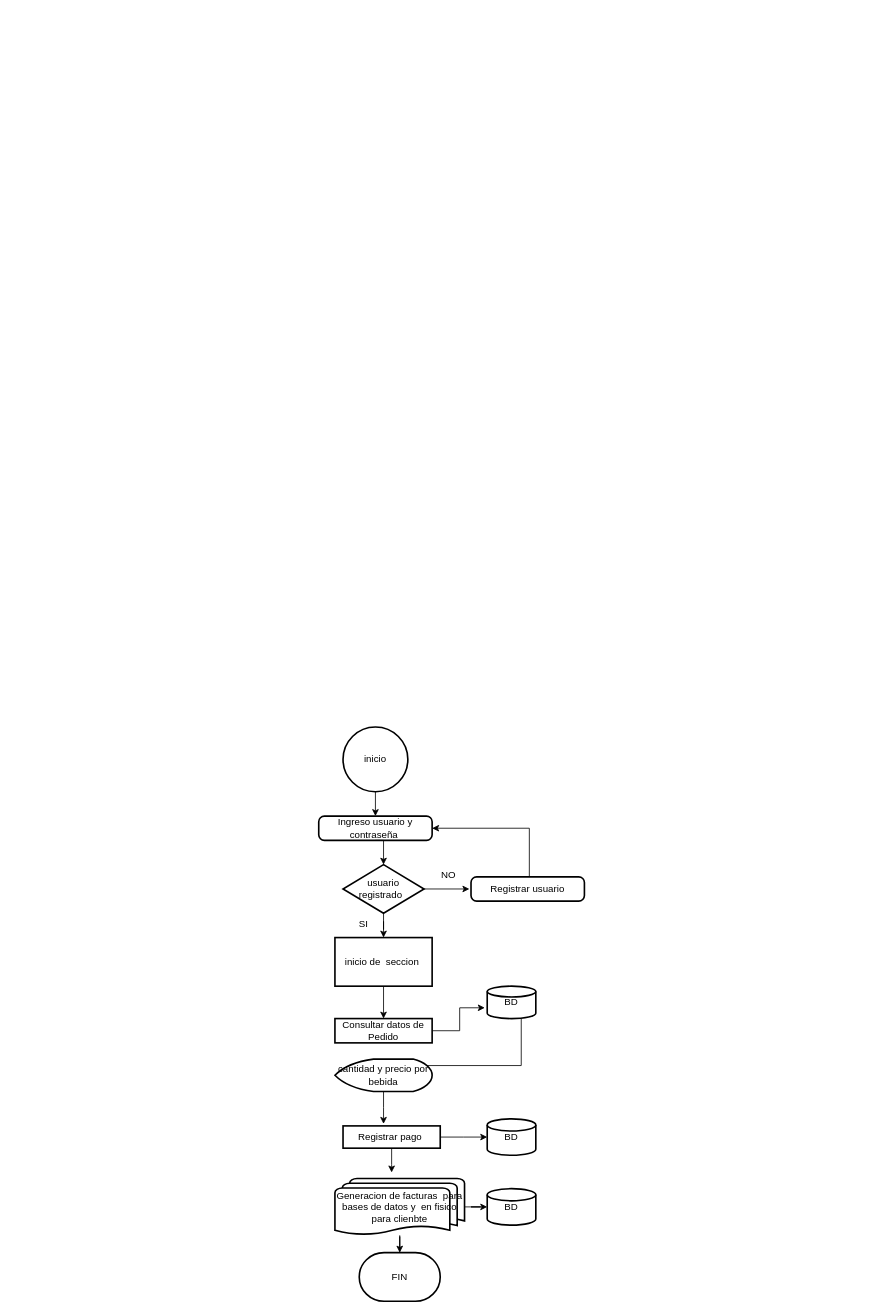
Earlier version of the draw.io diagram page "CAJERO" (3 of 4) of DiagramaActividad.drawio (BROC95/JJB_sw). Source tidied: cells renumbered, new cells numbered last; positions are measured from the earlier drawing's top-left corner, leaving out a move shared by most shapes. Both pictures are drawn from the tidied source at 81%, with x=0, y=0 at pixel (318, 727).
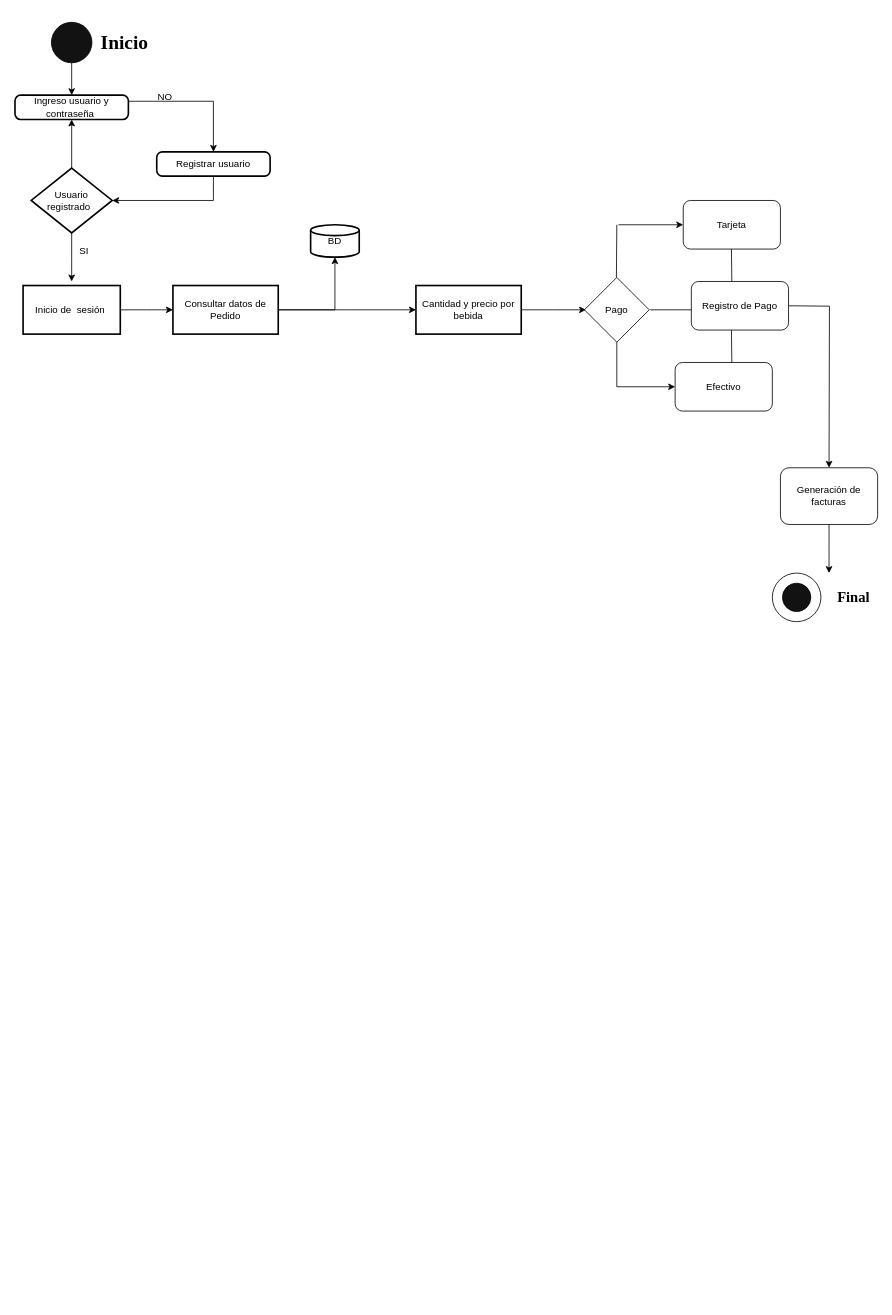
After the change.

Change to the diagram source:
```diff
@@
-    <mxCell id="2" style="edgeStyle=orthogonalEdgeStyle;rounded=0;jettySize=auto;html=1;entryX=0.5;entryY=0;entryDx=0;entryDy=0;" parent="1" edge="1" target="4">
-      <mxGeometry relative="1" as="geometry">
-        <mxPoint x="70" y="80" as="sourcePoint" />
-      </mxGeometry>
-    </mxCell>
-    <mxCell id="3" value="inicio" style="strokeWidth=2;html=1;shape=mxgraph.flowchart.start_2;whiteSpace=wrap;" parent="1" vertex="1">
-      <mxGeometry x="30" width="80" height="80" as="geometry" />
-    </mxCell>
+    <mxCell id="31" style="edgeStyle=orthogonalEdgeStyle;rounded=0;jettySize=auto;html=1;exitX=0.5;exitY=1;exitDx=0;exitDy=0;" parent="1" edge="1" source="32">
+      <mxGeometry relative="1" as="geometry">
+        <mxPoint x="-305" y="-780" as="targetPoint" />
+      </mxGeometry>
+    </mxCell>
+    <mxCell id="32" style="ellipse;whiteSpace=wrap;html=1;fillColor=#121212;" parent="1" vertex="1">
+      <mxGeometry x="-330" y="-870" width="50" height="50" as="geometry" />
+    </mxCell>
+    <mxCell id="33" value="&lt;h1&gt;&lt;font face=&quot;Times New Roman&quot;&gt;Inicio&lt;/font&gt;&lt;/h1&gt;" style="text;html=1;align=center;verticalAlign=middle;strokeColor=none;fillColor=none;" parent="1" vertex="1">
+      <mxGeometry x="-280" y="-880" width="80" height="70" as="geometry" />
+    </mxCell>
+    <mxCell id="34" style="edgeStyle=orthogonalEdgeStyle;rounded=0;jettySize=auto;html=1;exitX=1;exitY=0.25;exitDx=0;exitDy=0;entryX=0.5;entryY=0;entryDx=0;entryDy=0;" parent="1" edge="1" source="4" target="15">
+      <mxGeometry relative="1" as="geometry" />
+    </mxCell>
     <mxCell id="4" value="Ingreso usuario y contraseña&amp;nbsp;" style="rounded=1;whiteSpace=wrap;html=1;absoluteArcSize=1;arcSize=14;strokeWidth=2;" parent="1" vertex="1">
-      <mxGeometry y="110" width="140" height="30" as="geometry" />
+      <mxGeometry x="-375" y="-780" width="140" height="30" as="geometry" />
     </mxCell>
-    <mxCell id="5" style="edgeStyle=orthogonalEdgeStyle;rounded=0;jettySize=auto;html=1;entryX=0.5;entryY=0;entryDx=0;entryDy=0;" parent="1" edge="1" source="7" target="10">
-      <mxGeometry relative="1" as="geometry" />
-    </mxCell>
-    <mxCell id="6" style="edgeStyle=orthogonalEdgeStyle;rounded=0;orthogonalLoop=1;jettySize=auto;html=1;" parent="1" edge="1">
-      <mxGeometry relative="1" as="geometry">
-        <mxPoint x="116" y="200" as="sourcePoint" />
-        <mxPoint x="186" y="200" as="targetPoint" />
-      </mxGeometry>
-    </mxCell>
-    <mxCell id="7" value="usuario registrado&amp;nbsp;&amp;nbsp;" style="strokeWidth=2;html=1;shape=mxgraph.flowchart.decision;whiteSpace=wrap;" parent="1" vertex="1">
-      <mxGeometry x="30" y="170" width="100" height="60" as="geometry" />
-    </mxCell>
-    <mxCell id="8" style="edgeStyle=orthogonalEdgeStyle;rounded=0;jettySize=auto;html=1;exitX=0.5;exitY=0;exitDx=0;exitDy=0;" parent="1" edge="1" source="10">
-      <mxGeometry relative="1" as="geometry">
-        <mxPoint x="80" y="260" as="targetPoint" />
-      </mxGeometry>
-    </mxCell>
-    <mxCell id="9" style="edgeStyle=orthogonalEdgeStyle;rounded=0;jettySize=auto;html=1;entryX=0.5;entryY=0;entryDx=0;entryDy=0;" parent="1" edge="1" source="10" target="17">
-      <mxGeometry relative="1" as="geometry" />
-    </mxCell>
-    <mxCell id="10" value="inicio de&amp;nbsp; seccion&amp;nbsp;" style="whiteSpace=wrap;html=1;strokeWidth=2;" parent="1" vertex="1">
-      <mxGeometry x="20" y="260" width="120" height="60" as="geometry" />
-    </mxCell>
-    <mxCell id="11" style="edgeStyle=orthogonalEdgeStyle;rounded=0;jettySize=auto;html=1;exitX=0.5;exitY=1;exitDx=0;exitDy=0;entryX=0.5;entryY=0;entryDx=0;entryDy=0;entryPerimeter=0;" parent="1" edge="1" source="4" target="7">
-      <mxGeometry relative="1" as="geometry" />
-    </mxCell>
+    <mxCell id="35" style="edgeStyle=orthogonalEdgeStyle;rounded=0;jettySize=auto;html=1;exitX=0.5;exitY=1;exitDx=0;exitDy=0;" parent="1" edge="1" source="15" target="38">
+      <mxGeometry relative="1" as="geometry" />
+    </mxCell>
+    <mxCell id="15" value="Registrar usuario" style="rounded=1;whiteSpace=wrap;html=1;absoluteArcSize=1;arcSize=14;strokeWidth=2;" parent="1" vertex="1">
+      <mxGeometry x="-200" y="-710" width="140" height="30" as="geometry" />
+    </mxCell>
+    <mxCell id="36" style="edgeStyle=orthogonalEdgeStyle;rounded=0;jettySize=auto;html=1;entryX=0.5;entryY=1;entryDx=0;entryDy=0;" parent="1" edge="1" source="38" target="4">
+      <mxGeometry relative="1" as="geometry" />
+    </mxCell>
+    <mxCell id="37" style="edgeStyle=orthogonalEdgeStyle;rounded=0;jettySize=auto;html=1;exitX=0.5;exitY=1;exitDx=0;exitDy=0;exitPerimeter=0;" parent="1" edge="1" source="38">
+      <mxGeometry relative="1" as="geometry">
+        <mxPoint x="-305" y="-550" as="targetPoint" />
+      </mxGeometry>
+    </mxCell>
+    <mxCell id="38" value="Usuario registrado&amp;nbsp;&amp;nbsp;" style="strokeWidth=2;html=1;shape=mxgraph.flowchart.decision;whiteSpace=wrap;" parent="1" vertex="1">
+      <mxGeometry x="-355" y="-690" width="100" height="80" as="geometry" />
+    </mxCell>
     <mxCell id="12" value="NO" style="text;html=1;align=center;verticalAlign=middle;strokeColor=none;fillColor=none;" parent="1" vertex="1">
-      <mxGeometry x="140" y="168" width="40" height="30" as="geometry" />
+      <mxGeometry x="-210" y="-792" width="40" height="30" as="geometry" />
     </mxCell>
     <mxCell id="13" value="SI" style="text;html=1;align=center;verticalAlign=middle;strokeColor=none;fillColor=none;" parent="1" vertex="1">
-      <mxGeometry x="40" y="228" width="30" height="30" as="geometry" />
+      <mxGeometry x="-305" y="-602" width="30" height="30" as="geometry" />
     </mxCell>
-    <mxCell id="14" style="edgeStyle=orthogonalEdgeStyle;rounded=0;jettySize=auto;html=1;entryX=1;entryY=0.5;entryDx=0;entryDy=0;" parent="1" edge="1" target="4">
-      <mxGeometry relative="1" as="geometry">
-        <mxPoint x="260" y="185" as="sourcePoint" />
-        <Array as="points">
-          <mxPoint x="260" y="125" />
-        </Array>
-      </mxGeometry>
-    </mxCell>
-    <mxCell id="15" value="Registrar usuario" style="rounded=1;whiteSpace=wrap;html=1;absoluteArcSize=1;arcSize=14;strokeWidth=2;" parent="1" vertex="1">
-      <mxGeometry x="188" y="185" width="140" height="30" as="geometry" />
-    </mxCell>
-    <mxCell id="16" style="edgeStyle=orthogonalEdgeStyle;rounded=0;jettySize=auto;html=1;entryX=-0.05;entryY=0.667;entryDx=0;entryDy=0;entryPerimeter=0;" parent="1" edge="1" source="17" target="19">
-      <mxGeometry relative="1" as="geometry" />
-    </mxCell>
+    <mxCell id="39" style="edgeStyle=orthogonalEdgeStyle;rounded=0;jettySize=auto;html=1;exitX=1;exitY=0.5;exitDx=0;exitDy=0;" parent="1" edge="1" source="40">
+      <mxGeometry relative="1" as="geometry">
+        <mxPoint x="-180" y="-515" as="targetPoint" />
+      </mxGeometry>
+    </mxCell>
+    <mxCell id="40" value="Inicio de&amp;nbsp; sesión&amp;nbsp;" style="whiteSpace=wrap;html=1;strokeWidth=2;" parent="1" vertex="1">
+      <mxGeometry x="-365" y="-545" width="120" height="60" as="geometry" />
+    </mxCell>
+    <mxCell id="41" style="edgeStyle=orthogonalEdgeStyle;rounded=0;jettySize=auto;html=1;exitX=1;exitY=0.5;exitDx=0;exitDy=0;" parent="1" edge="1" source="17" target="43">
+      <mxGeometry relative="1" as="geometry" />
+    </mxCell>
+    <mxCell id="42" style="edgeStyle=orthogonalEdgeStyle;rounded=0;jettySize=auto;html=1;exitX=1;exitY=0.5;exitDx=0;exitDy=0;" parent="1" edge="1" source="17">
+      <mxGeometry relative="1" as="geometry">
+        <mxPoint x="120" y="-515" as="targetPoint" />
+      </mxGeometry>
+    </mxCell>
     <mxCell id="17" value="Consultar datos de Pedido" style="whiteSpace=wrap;html=1;strokeWidth=2;" parent="1" vertex="1">
-      <mxGeometry x="20" y="360" width="120" height="30" as="geometry" />
+      <mxGeometry x="-180" y="-545" width="130" height="60" as="geometry" />
     </mxCell>
-    <mxCell id="18" style="edgeStyle=orthogonalEdgeStyle;rounded=0;jettySize=auto;html=1;entryX=0.92;entryY=0.14;entryDx=0;entryDy=0;entryPerimeter=0;" parent="1" edge="1" source="19" target="23">
-      <mxGeometry relative="1" as="geometry">
-        <Array as="points">
-          <mxPoint x="250" y="418" />
-        </Array>
-      </mxGeometry>
-    </mxCell>
-    <mxCell id="19" value="BD" style="strokeWidth=2;html=1;shape=mxgraph.flowchart.database;whiteSpace=wrap;" parent="1" vertex="1">
-      <mxGeometry x="208" y="320" width="60" height="40" as="geometry" />
-    </mxCell>
-    <mxCell id="20" value="Registrar pago&amp;nbsp;" style="whiteSpace=wrap;html=1;strokeWidth=2;" parent="1" vertex="1">
-      <mxGeometry x="30" y="492.5" width="120" height="27.5" as="geometry" />
-    </mxCell>
-    <mxCell id="21" value="BD" style="strokeWidth=2;html=1;shape=mxgraph.flowchart.database;whiteSpace=wrap;" parent="1" vertex="1">
-      <mxGeometry x="208" y="483.8" width="60" height="45" as="geometry" />
-    </mxCell>
-    <mxCell id="22" style="edgeStyle=orthogonalEdgeStyle;rounded=0;jettySize=auto;html=1;" parent="1" edge="1" source="23">
-      <mxGeometry relative="1" as="geometry">
-        <mxPoint x="80" y="490" as="targetPoint" />
-      </mxGeometry>
-    </mxCell>
-    <mxCell id="23" value="cantidad y precio por bebida" style="strokeWidth=2;html=1;shape=mxgraph.flowchart.display;whiteSpace=wrap;" parent="1" vertex="1">
-      <mxGeometry x="20" y="410" width="120" height="40" as="geometry" />
-    </mxCell>
-    <mxCell id="24" style="edgeStyle=orthogonalEdgeStyle;rounded=0;jettySize=auto;html=1;entryX=0;entryY=0.5;entryDx=0;entryDy=0;entryPerimeter=0;" parent="1" edge="1" source="20" target="21">
-      <mxGeometry relative="1" as="geometry" />
-    </mxCell>
-    <mxCell id="25" style="edgeStyle=orthogonalEdgeStyle;rounded=0;jettySize=auto;html=1;entryX=0.5;entryY=0;entryDx=0;entryDy=0;entryPerimeter=0;" parent="1" edge="1" source="20">
-      <mxGeometry relative="1" as="geometry">
-        <mxPoint x="90" y="550" as="targetPoint" />
-      </mxGeometry>
-    </mxCell>
-    <mxCell id="26" style="edgeStyle=orthogonalEdgeStyle;rounded=0;jettySize=auto;html=1;" parent="1" edge="1" source="27" target="28">
-      <mxGeometry relative="1" as="geometry" />
-    </mxCell>
-    <mxCell id="27" value="Generacion de facturas&amp;nbsp; para bases de datos y&amp;nbsp; en fisico para clienbte" style="strokeWidth=2;html=1;shape=mxgraph.flowchart.multi-document;whiteSpace=wrap;" parent="1" vertex="1">
-      <mxGeometry x="20" y="557.5" width="160" height="70" as="geometry" />
-    </mxCell>
-    <mxCell id="28" value="BD" style="strokeWidth=2;html=1;shape=mxgraph.flowchart.database;whiteSpace=wrap;" parent="1" vertex="1">
-      <mxGeometry x="208" y="570" width="60" height="45" as="geometry" />
-    </mxCell>
-    <mxCell id="29" value="FIN" style="strokeWidth=2;html=1;shape=mxgraph.flowchart.terminator;whiteSpace=wrap;" parent="1" vertex="1">
-      <mxGeometry x="50" y="649" width="100" height="60" as="geometry" />
-    </mxCell>
-    <mxCell id="30" style="edgeStyle=orthogonalEdgeStyle;rounded=0;jettySize=auto;html=1;entryX=0.5;entryY=0;entryDx=0;entryDy=0;entryPerimeter=0;" parent="1" edge="1" source="27" target="29">
-      <mxGeometry relative="1" as="geometry" />
-    </mxCell>
+    <mxCell id="43" value="BD" style="strokeWidth=2;html=1;shape=mxgraph.flowchart.database;whiteSpace=wrap;" parent="1" vertex="1">
+      <mxGeometry x="-10" y="-620" width="60" height="40" as="geometry" />
+    </mxCell>
+    <mxCell id="44" style="edgeStyle=orthogonalEdgeStyle;rounded=0;jettySize=auto;html=1;exitX=1;exitY=0.5;exitDx=0;exitDy=0;" parent="1" edge="1" source="45">
+      <mxGeometry relative="1" as="geometry">
+        <mxPoint x="330" y="-515" as="targetPoint" />
+      </mxGeometry>
+    </mxCell>
+    <mxCell id="45" value="Cantidad y precio por bebida" style="whiteSpace=wrap;html=1;strokeWidth=2;" parent="1" vertex="1">
+      <mxGeometry x="120" y="-545" width="130" height="60" as="geometry" />
+    </mxCell>
+    <mxCell id="46" style="edgeStyle=orthogonalEdgeStyle;rounded=0;jettySize=auto;html=1;exitX=0.5;exitY=1;exitDx=0;exitDy=0;" parent="1" edge="1" source="47">
+      <mxGeometry relative="1" as="geometry">
+        <mxPoint x="440" y="-420" as="targetPoint" />
+        <Array as="points">
+          <mxPoint x="368" y="-420" />
+        </Array>
+      </mxGeometry>
+    </mxCell>
+    <mxCell id="47" value="Pago" style="rhombus;whiteSpace=wrap;html=1;" parent="1" vertex="1">
+      <mxGeometry x="328" y="-555" width="80" height="80" as="geometry" />
+    </mxCell>
+    <mxCell id="48" style="endArrow=classic;html=1;rounded=0;" parent="1" edge="1">
+      <mxGeometry relative="1" as="geometry">
+        <mxPoint x="370" y="-620" as="sourcePoint" />
+        <mxPoint x="450" y="-620" as="targetPoint" />
+      </mxGeometry>
+    </mxCell>
+    <mxCell id="49" style="endArrow=none;html=1;rounded=0;" parent="1" edge="1">
+      <mxGeometry relative="1" as="geometry">
+        <mxPoint x="367.5" y="-555" as="sourcePoint" />
+        <mxPoint x="368" y="-620" as="targetPoint" />
+      </mxGeometry>
+    </mxCell>
+    <mxCell id="50" value="Tarjeta" style="rounded=1;whiteSpace=wrap;html=1;" parent="1" vertex="1">
+      <mxGeometry x="450" y="-650" width="120" height="60" as="geometry" />
+    </mxCell>
+    <mxCell id="51" value="Efectivo" style="rounded=1;whiteSpace=wrap;html=1;" parent="1" vertex="1">
+      <mxGeometry x="440" y="-450" width="120" height="60" as="geometry" />
+    </mxCell>
+    <mxCell id="52" style="edgeStyle=orthogonalEdgeStyle;rounded=0;orthogonalLoop=1;jettySize=auto;html=1;exitX=1;exitY=0.5;exitDx=0;exitDy=0;" parent="1" edge="1">
+      <mxGeometry relative="1" as="geometry">
+        <mxPoint x="580" y="-520" as="sourcePoint" />
+        <mxPoint x="630" y="-320" as="targetPoint" />
+      </mxGeometry>
+    </mxCell>
+    <mxCell id="53" style="endArrow=none;html=1;rounded=0;" parent="1" edge="1">
+      <mxGeometry relative="1" as="geometry">
+        <mxPoint x="409.2" y="-515" as="sourcePoint" />
+        <mxPoint x="470" y="-515" as="targetPoint" />
+      </mxGeometry>
+    </mxCell>
+    <mxCell id="54" style="endArrow=none;html=1;rounded=0;" parent="1" edge="1">
+      <mxGeometry relative="1" as="geometry">
+        <mxPoint x="510" y="-550" as="sourcePoint" />
+        <mxPoint x="509.5" y="-590" as="targetPoint" />
+      </mxGeometry>
+    </mxCell>
+    <mxCell id="55" style="endArrow=none;html=1;rounded=0;" parent="1" edge="1">
+      <mxGeometry relative="1" as="geometry">
+        <mxPoint x="510" y="-450" as="sourcePoint" />
+        <mxPoint x="509.5" y="-490" as="targetPoint" />
+      </mxGeometry>
+    </mxCell>
+    <mxCell id="56" value="Registro de Pago" style="rounded=1;whiteSpace=wrap;html=1;" parent="1" vertex="1">
+      <mxGeometry x="460" y="-550" width="120" height="60" as="geometry" />
+    </mxCell>
+    <mxCell id="57" style="edgeStyle=orthogonalEdgeStyle;rounded=0;jettySize=auto;html=1;" parent="1" edge="1" source="58">
+      <mxGeometry relative="1" as="geometry">
+        <mxPoint x="630" y="-190" as="targetPoint" />
+      </mxGeometry>
+    </mxCell>
+    <mxCell id="58" value="Generación de facturas" style="rounded=1;whiteSpace=wrap;html=1;" parent="1" vertex="1">
+      <mxGeometry x="570" y="-320" width="120" height="70" as="geometry" />
+    </mxCell>
+    <mxCell id="59" style="ellipse;whiteSpace=wrap;html=1;" parent="1" vertex="1">
+      <mxGeometry x="560" y="-190" width="60" height="60" as="geometry" />
+    </mxCell>
+    <mxCell id="60" style="ellipse;whiteSpace=wrap;html=1;fillColor=#121212;" parent="1" vertex="1">
+      <mxGeometry x="572.5" y="-177.5" width="35" height="35" as="geometry" />
+    </mxCell>
+    <mxCell id="61" value="&lt;h2&gt;&lt;font face=&quot;Times New Roman&quot;&gt;Final&lt;/font&gt;&lt;/h2&gt;" style="text;html=1;align=center;verticalAlign=middle;strokeColor=none;fillColor=none;" parent="1" vertex="1">
+      <mxGeometry x="630" y="-190" width="60" height="60" as="geometry" />
+    </mxCell>
```
